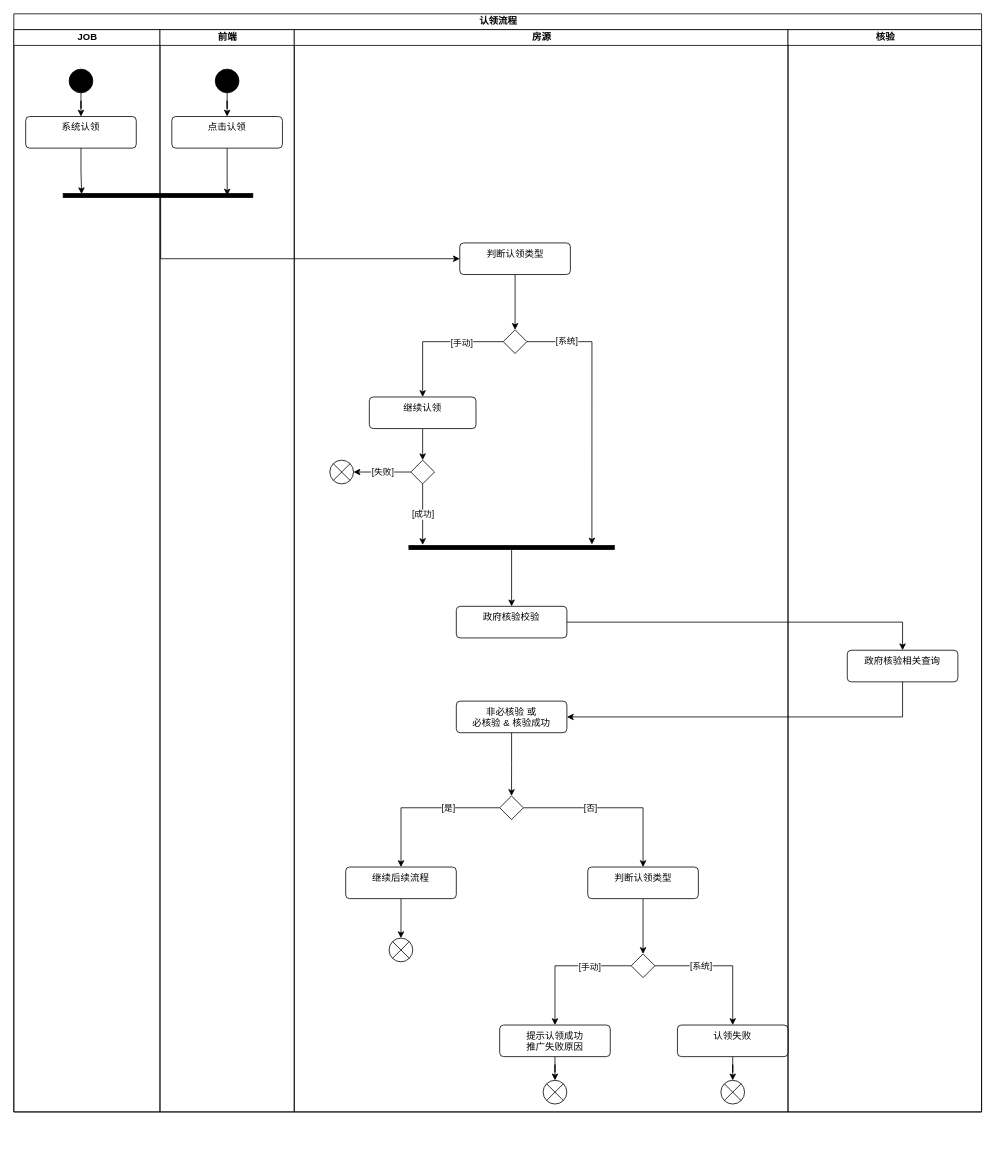
The draw.io diagram page "流程-认领" (6 of 7) of 设计文档/政府核验sku化.drawio in guyukou/drawio, before the edit. Source tidied: cells renumbered, new cells numbered last; positions are measured from the earlier drawing's top-left corner, leaving out a move shared by most shapes. Both pictures are drawn from the tidied source at 79%, with x=0, y=0 at pixel (13, 13).
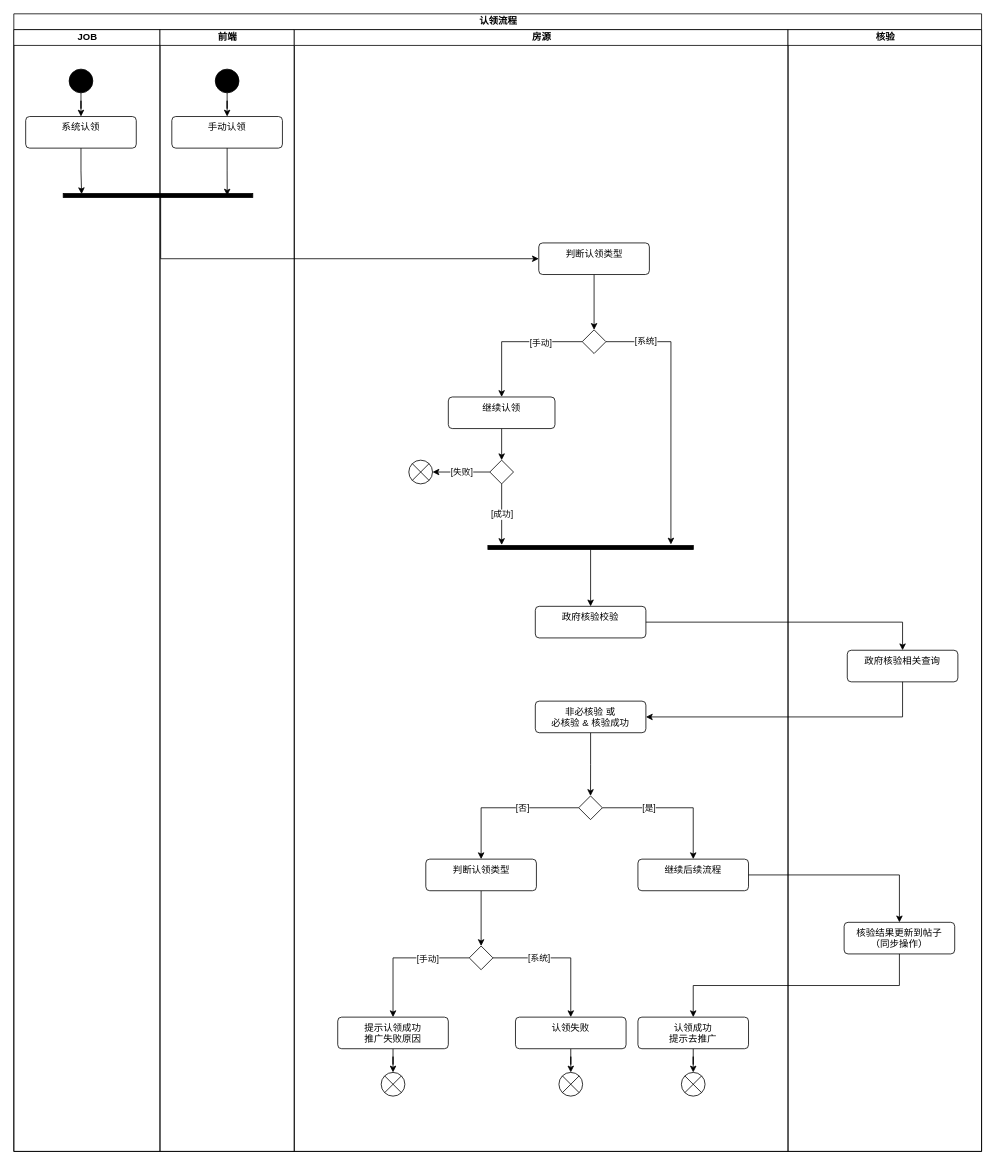
The same page after the edit.

Commit message (it also covers changes not shown here):
更新政府核验sku化.drawio

The edit, as a diff of the source:
```diff
@@
     <mxCell id="2" value="认领流程" style="swimlane;startSize=20;html=1;" parent="1" vertex="1">
-      <mxGeometry width="1225" height="1390" as="geometry" />
+      <mxGeometry width="1225" height="1440" as="geometry" />
     </mxCell>
     <mxCell id="3" value="JOB" style="swimlane;startSize=20;html=1;" parent="2" vertex="1">
-      <mxGeometry y="20" width="185" height="1370" as="geometry" />
+      <mxGeometry y="20" width="185" height="1420" as="geometry" />
     </mxCell>
@@
     <mxCell id="7" value="前端" style="swimlane;startSize=20;html=1;" parent="2" vertex="1">
-      <mxGeometry x="185" y="20" width="170" height="1370" as="geometry" />
+      <mxGeometry x="185" y="20" width="170" height="1420" as="geometry" />
     </mxCell>
@@
-    <mxCell id="10" value="点击认领" style="html=1;align=center;verticalAlign=top;rounded=1;absoluteArcSize=1;arcSize=10;dashed=0;whiteSpace=wrap;" parent="7" vertex="1">
+    <mxCell id="10" value="手动认领" style="html=1;align=center;verticalAlign=top;rounded=1;absoluteArcSize=1;arcSize=10;dashed=0;whiteSpace=wrap;" parent="7" vertex="1">
       <mxGeometry x="15" y="110" width="140" height="40" as="geometry" />
     </mxCell>
@@
     <mxCell id="13" value="房源" style="swimlane;startSize=20;html=1;" parent="2" vertex="1">
-      <mxGeometry x="355" y="20" width="625" height="1370" as="geometry" />
+      <mxGeometry x="355" y="20" width="625" height="1420" as="geometry" />
     </mxCell>
@@
     <mxCell id="15" value="非必核验 或&lt;br&gt;必核验 &amp;amp; 核验成功" style="html=1;align=center;verticalAlign=top;rounded=1;absoluteArcSize=1;arcSize=10;dashed=0;whiteSpace=wrap;" parent="13" vertex="1">
-      <mxGeometry x="205.1" y="850" width="140" height="40" as="geometry" />
+      <mxGeometry x="305.1" y="850" width="140" height="40" as="geometry" />
     </mxCell>
     <mxCell id="16" style="edgeStyle=orthogonalEdgeStyle;rounded=0;jettySize=auto;html=1;entryX=-0.272;entryY=0.109;entryDx=0;entryDy=0;entryPerimeter=0;exitX=1;exitY=0.5;exitDx=0;exitDy=0;" parent="13" edge="1" source="20" target="31">
       <mxGeometry relative="1" as="geometry">
         <Array as="points">
-          <mxPoint x="377" y="395" />
+          <mxPoint x="477" y="395" />
         </Array>
       </mxGeometry>
     </mxCell>
@@
     <mxCell id="20" style="rhombus;" parent="13" vertex="1">
-      <mxGeometry x="264.5" y="380" width="30" height="30" as="geometry" />
+      <mxGeometry x="364.5" y="380" width="30" height="30" as="geometry" />
     </mxCell>
@@
     <mxCell id="22" value="判断认领类型" style="html=1;align=center;verticalAlign=top;rounded=1;absoluteArcSize=1;arcSize=10;dashed=0;whiteSpace=wrap;" parent="13" vertex="1">
-      <mxGeometry x="209.5" y="270" width="140" height="40" as="geometry" />
+      <mxGeometry x="309.5" y="270" width="140" height="40" as="geometry" />
     </mxCell>
     <mxCell id="23" value="政府核验校验" style="html=1;align=center;verticalAlign=top;rounded=1;absoluteArcSize=1;arcSize=10;dashed=0;whiteSpace=wrap;" parent="13" vertex="1">
-      <mxGeometry x="205.1" y="730" width="140" height="40" as="geometry" />
+      <mxGeometry x="305.1" y="730" width="140" height="40" as="geometry" />
     </mxCell>
@@
     <mxCell id="25" value="继续认领" style="html=1;align=center;verticalAlign=top;rounded=1;absoluteArcSize=1;arcSize=10;dashed=0;whiteSpace=wrap;" parent="13" vertex="1">
-      <mxGeometry x="95" y="465" width="135" height="40" as="geometry" />
+      <mxGeometry x="195" y="465" width="135" height="40" as="geometry" />
     </mxCell>
@@
     <mxCell id="28" style="rhombus;" parent="13" vertex="1">
-      <mxGeometry x="147.5" y="545" width="30" height="30" as="geometry" />
+      <mxGeometry x="247.5" y="545" width="30" height="30" as="geometry" />
     </mxCell>
     <mxCell id="29" style="shape=sumEllipse;perimeter=ellipsePerimeter;html=1;backgroundOutline=1;" parent="13" vertex="1">
-      <mxGeometry x="45" y="545" width="30" height="30" as="geometry" />
+      <mxGeometry x="145" y="545" width="30" height="30" as="geometry" />
     </mxCell>
@@
     <mxCell id="31" style="html=1;points=[];perimeter=orthogonalPerimeter;fillColor=strokeColor;rotation=90;" parent="13" vertex="1">
-      <mxGeometry x="272.6" y="525.6" width="5" height="260" as="geometry" />
+      <mxGeometry x="372.6" y="525.6" width="5" height="260" as="geometry" />
     </mxCell>
-    <mxCell id="32" value="[是]" style="edgeStyle=orthogonalEdgeStyle;rounded=0;jettySize=auto;html=1;entryX=0.5;entryY=0;entryDx=0;entryDy=0;" parent="13" edge="1" source="34" target="36">
-      <mxGeometry x="-0.35" relative="1" as="geometry" />
-    </mxCell>
@@
     <mxCell id="34" style="rhombus;" parent="13" vertex="1">
-      <mxGeometry x="260" y="970" width="30" height="30" as="geometry" />
+      <mxGeometry x="360" y="970" width="30" height="30" as="geometry" />
     </mxCell>
-    <mxCell id="35" style="edgeStyle=orthogonalEdgeStyle;rounded=0;jettySize=auto;html=1;" parent="13" edge="1" source="36" target="37">
-      <mxGeometry relative="1" as="geometry" />
-    </mxCell>
-    <mxCell id="36" value="继续后续流程" style="html=1;align=center;verticalAlign=top;rounded=1;absoluteArcSize=1;arcSize=10;dashed=0;whiteSpace=wrap;" parent="13" vertex="1">
-      <mxGeometry x="65.1" y="1060" width="140" height="40" as="geometry" />
-    </mxCell>
-    <mxCell id="37" style="shape=sumEllipse;perimeter=ellipsePerimeter;html=1;backgroundOutline=1;" parent="13" vertex="1">
-      <mxGeometry x="120" y="1150" width="30" height="30" as="geometry" />
-    </mxCell>
@@
     <mxCell id="39" value="判断认领类型" style="html=1;align=center;verticalAlign=top;rounded=1;absoluteArcSize=1;arcSize=10;dashed=0;whiteSpace=wrap;" parent="13" vertex="1">
-      <mxGeometry x="371.5" y="1060" width="140" height="40" as="geometry" />
+      <mxGeometry x="166.5" y="1050" width="140" height="40" as="geometry" />
     </mxCell>
@@
     <mxCell id="44" style="rhombus;" parent="13" vertex="1">
-      <mxGeometry x="426.5" y="1170" width="30" height="30" as="geometry" />
+      <mxGeometry x="221.5" y="1160" width="30" height="30" as="geometry" />
     </mxCell>
@@
     <mxCell id="46" value="提示认领成功&lt;br&gt;推广失败原因" style="html=1;align=center;verticalAlign=top;rounded=1;absoluteArcSize=1;arcSize=10;dashed=0;whiteSpace=wrap;" parent="13" vertex="1">
-      <mxGeometry x="260" y="1260" width="140" height="40" as="geometry" />
+      <mxGeometry x="55" y="1250" width="140" height="40" as="geometry" />
     </mxCell>
@@
     <mxCell id="48" value="认领失败" style="html=1;align=center;verticalAlign=top;rounded=1;absoluteArcSize=1;arcSize=10;dashed=0;whiteSpace=wrap;" parent="13" vertex="1">
-      <mxGeometry x="485" y="1260" width="140" height="40" as="geometry" />
+      <mxGeometry x="280" y="1250" width="140" height="40" as="geometry" />
     </mxCell>
     <mxCell id="49" style="shape=sumEllipse;perimeter=ellipsePerimeter;html=1;backgroundOutline=1;" parent="13" vertex="1">
-      <mxGeometry x="540" y="1330" width="30" height="30" as="geometry" />
+      <mxGeometry x="335" y="1320" width="30" height="30" as="geometry" />
     </mxCell>
     <mxCell id="50" style="shape=sumEllipse;perimeter=ellipsePerimeter;html=1;backgroundOutline=1;" parent="13" vertex="1">
-      <mxGeometry x="315" y="1330" width="30" height="30" as="geometry" />
+      <mxGeometry x="110" y="1320" width="30" height="30" as="geometry" />
     </mxCell>
+    <mxCell id="36" value="继续后续流程" style="html=1;align=center;verticalAlign=top;rounded=1;absoluteArcSize=1;arcSize=10;dashed=0;whiteSpace=wrap;" parent="13" vertex="1">
+      <mxGeometry x="435" y="1050" width="140" height="40" as="geometry" />
+    </mxCell>
+    <mxCell id="37" style="shape=sumEllipse;perimeter=ellipsePerimeter;html=1;backgroundOutline=1;" parent="13" vertex="1">
+      <mxGeometry x="490" y="1320" width="30" height="30" as="geometry" />
+    </mxCell>
+    <mxCell id="32" value="[是]" style="edgeStyle=orthogonalEdgeStyle;rounded=0;jettySize=auto;html=1;entryX=0.5;entryY=0;entryDx=0;entryDy=0;" parent="13" edge="1" source="34" target="36">
+      <mxGeometry x="-0.35" relative="1" as="geometry" />
+    </mxCell>
+    <mxCell id="57" style="edgeStyle=orthogonalEdgeStyle;rounded=0;jettySize=auto;html=1;" parent="13" edge="1" source="58" target="37">
+      <mxGeometry relative="1" as="geometry" />
+    </mxCell>
+    <mxCell id="58" value="认领成功&lt;br&gt;提示去推广" style="html=1;align=center;verticalAlign=top;rounded=1;absoluteArcSize=1;arcSize=10;dashed=0;whiteSpace=wrap;" parent="13" vertex="1">
+      <mxGeometry x="435" y="1250" width="140" height="40" as="geometry" />
+    </mxCell>
     <mxCell id="51" value="核验" style="swimlane;startSize=20;html=1;" parent="2" vertex="1">
-      <mxGeometry x="980" y="20" width="245" height="1370" as="geometry" />
+      <mxGeometry x="980" y="20" width="245" height="1420" as="geometry" />
     </mxCell>
@@
+    <mxCell id="59" value="核验结果更新到帖子&lt;br&gt;（同步操作）" style="html=1;align=center;verticalAlign=top;rounded=1;absoluteArcSize=1;arcSize=10;dashed=0;whiteSpace=wrap;" parent="51" vertex="1">
+      <mxGeometry x="71" y="1130" width="140" height="40" as="geometry" />
+    </mxCell>
@@
+    <mxCell id="60" style="edgeStyle=orthogonalEdgeStyle;rounded=0;jettySize=auto;html=1;" parent="2" edge="1" source="36" target="59">
+      <mxGeometry relative="1" as="geometry" />
+    </mxCell>
+    <mxCell id="61" style="edgeStyle=orthogonalEdgeStyle;rounded=0;jettySize=auto;html=1;exitX=0.5;exitY=1;exitDx=0;exitDy=0;" parent="2" edge="1" source="59" target="58">
+      <mxGeometry relative="1" as="geometry" />
+    </mxCell>
```
